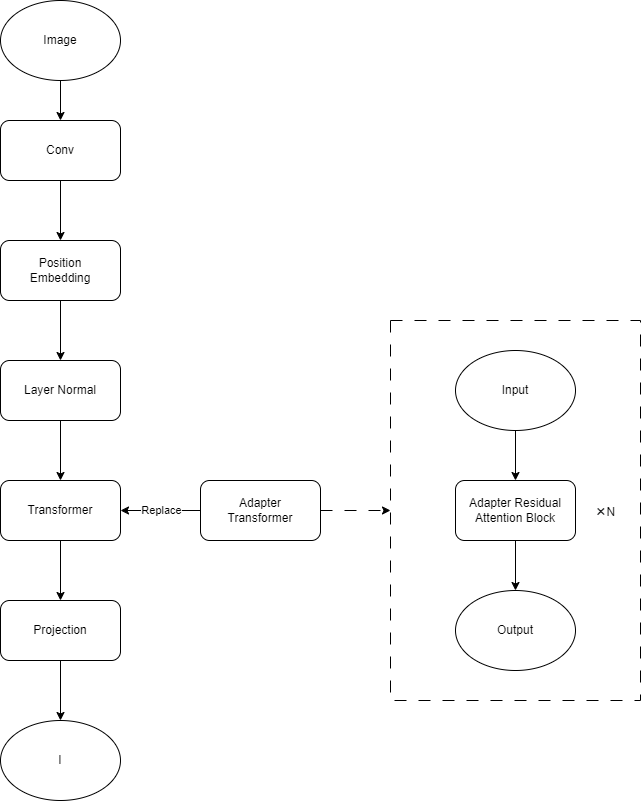
Above: assert/Image encoder/Adapter/Overview.png in Bgzdl/CLIP (draw.io), before the change. Source tidied: cells renumbered, new cells last; positions are measured from the earlier drawing's top-left corner, leaving out a move shared by most shapes.
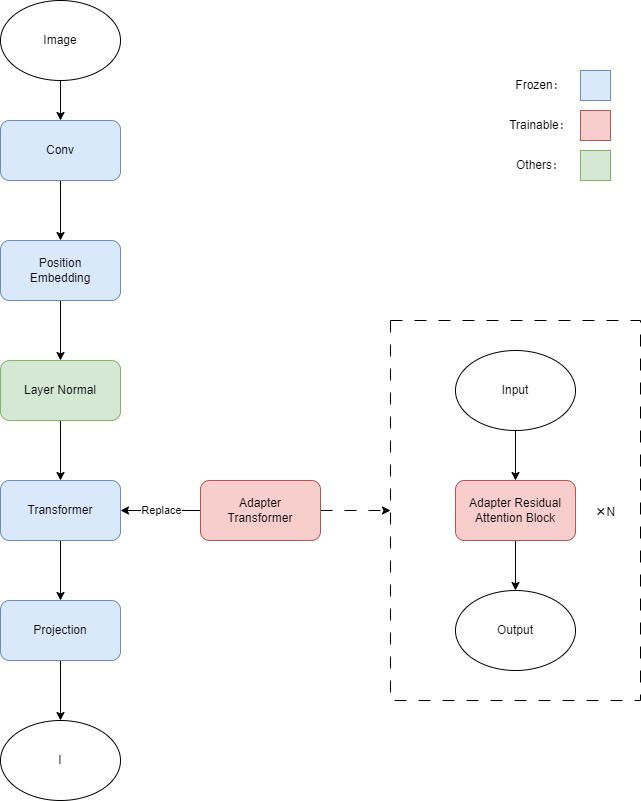
The same diagram one commit later.

The edit, as a diff of the source:
```diff
@@ -11,31 +11,31 @@
     <mxCell id="4" style="edgeStyle=orthogonalEdgeStyle;rounded=0;jettySize=auto;html=1;exitX=0.5;exitY=1;exitDx=0;exitDy=0;entryX=0.5;entryY=0;entryDx=0;entryDy=0;" parent="1" edge="1" source="5" target="7">
       <mxGeometry relative="1" as="geometry" />
     </mxCell>
-    <mxCell id="5" value="Conv" style="rounded=1;whiteSpace=wrap;html=1;" parent="1" vertex="1">
+    <mxCell id="5" value="Conv" style="rounded=1;whiteSpace=wrap;html=1;fillColor=#dae8fc;strokeColor=#6c8ebf;" parent="1" vertex="1">
       <mxGeometry y="120" width="120" height="60" as="geometry" />
     </mxCell>
     <mxCell id="6" style="edgeStyle=orthogonalEdgeStyle;rounded=0;jettySize=auto;html=1;entryX=0.5;entryY=0;entryDx=0;entryDy=0;" parent="1" edge="1" source="7" target="9">
       <mxGeometry relative="1" as="geometry" />
     </mxCell>
-    <mxCell id="7" value="Position&lt;br&gt;Embedding" style="rounded=1;whiteSpace=wrap;html=1;" parent="1" vertex="1">
+    <mxCell id="7" value="Position&lt;br&gt;Embedding" style="rounded=1;whiteSpace=wrap;html=1;fillColor=#dae8fc;strokeColor=#6c8ebf;" parent="1" vertex="1">
       <mxGeometry y="240" width="120" height="60" as="geometry" />
     </mxCell>
     <mxCell id="8" style="edgeStyle=orthogonalEdgeStyle;rounded=0;jettySize=auto;html=1;entryX=0.5;entryY=0;entryDx=0;entryDy=0;" parent="1" edge="1" source="9" target="11">
       <mxGeometry relative="1" as="geometry" />
     </mxCell>
-    <mxCell id="9" value="Layer Normal" style="rounded=1;whiteSpace=wrap;html=1;" parent="1" vertex="1">
+    <mxCell id="9" value="Layer Normal" style="rounded=1;whiteSpace=wrap;html=1;fillColor=#d5e8d4;strokeColor=#82b366;" parent="1" vertex="1">
       <mxGeometry y="360" width="120" height="60" as="geometry" />
     </mxCell>
     <mxCell id="10" style="edgeStyle=orthogonalEdgeStyle;rounded=0;jettySize=auto;html=1;entryX=0.5;entryY=0;entryDx=0;entryDy=0;" parent="1" edge="1" source="11" target="13">
       <mxGeometry relative="1" as="geometry" />
     </mxCell>
-    <mxCell id="11" value="Transformer" style="rounded=1;whiteSpace=wrap;html=1;" parent="1" vertex="1">
+    <mxCell id="11" value="Transformer" style="rounded=1;whiteSpace=wrap;html=1;fillColor=#dae8fc;strokeColor=#6c8ebf;" parent="1" vertex="1">
       <mxGeometry y="480" width="120" height="60" as="geometry" />
     </mxCell>
     <mxCell id="12" style="edgeStyle=orthogonalEdgeStyle;rounded=0;jettySize=auto;html=1;entryX=0.5;entryY=0;entryDx=0;entryDy=0;" parent="1" edge="1" source="13" target="14">
       <mxGeometry relative="1" as="geometry" />
     </mxCell>
-    <mxCell id="13" value="Projection" style="rounded=1;whiteSpace=wrap;html=1;" parent="1" vertex="1">
+    <mxCell id="13" value="Projection" style="rounded=1;whiteSpace=wrap;html=1;fillColor=#dae8fc;strokeColor=#6c8ebf;" parent="1" vertex="1">
       <mxGeometry y="600" width="120" height="60" as="geometry" />
     </mxCell>
     <mxCell id="14" value="I" style="ellipse;whiteSpace=wrap;html=1;" parent="1" vertex="1">
@@ -52,7 +52,7 @@
     <mxCell id="17" style="edgeStyle=orthogonalEdgeStyle;rounded=0;jettySize=auto;html=1;exitX=1;exitY=0.5;exitDx=0;exitDy=0;entryX=0;entryY=0.5;entryDx=0;entryDy=0;dashed=1;dashPattern=12 12;" parent="1" edge="1" source="18" target="19">
       <mxGeometry relative="1" as="geometry" />
     </mxCell>
-    <mxCell id="18" value="Adapter&lt;br&gt;Transformer" style="rounded=1;whiteSpace=wrap;html=1;" parent="1" vertex="1">
+    <mxCell id="18" value="Adapter&lt;br&gt;Transformer" style="rounded=1;whiteSpace=wrap;html=1;fillColor=#f8cecc;strokeColor=#b85450;" parent="1" vertex="1">
       <mxGeometry x="200" y="480" width="120" height="60" as="geometry" />
     </mxCell>
     <mxCell id="19" style="rounded=0;whiteSpace=wrap;html=1;fillColor=none;dashed=1;dashPattern=12 12;" parent="1" vertex="1">
@@ -61,7 +61,7 @@
     <mxCell id="20" style="edgeStyle=orthogonalEdgeStyle;rounded=0;jettySize=auto;html=1;entryX=0.5;entryY=0;entryDx=0;entryDy=0;" parent="1" edge="1" source="21" target="24">
       <mxGeometry relative="1" as="geometry" />
     </mxCell>
-    <mxCell id="21" value="Adapter Residual&lt;br&gt;Attention Block" style="rounded=1;whiteSpace=wrap;html=1;" parent="1" vertex="1">
+    <mxCell id="21" value="Adapter Residual&lt;br&gt;Attention Block" style="rounded=1;whiteSpace=wrap;html=1;fillColor=#f8cecc;strokeColor=#b85450;" parent="1" vertex="1">
       <mxGeometry x="455" y="480" width="120" height="60" as="geometry" />
     </mxCell>
     <mxCell id="22" style="edgeStyle=orthogonalEdgeStyle;rounded=0;jettySize=auto;html=1;exitX=0.5;exitY=1;exitDx=0;exitDy=0;entryX=0.5;entryY=0;entryDx=0;entryDy=0;" parent="1" edge="1" source="23" target="21">
@@ -76,5 +76,23 @@
     <mxCell id="25" value="&lt;b style=&quot;color: rgb(32, 33, 34); font-family: sans-serif; font-size: 15.008px; text-align: start; background-color: rgb(255, 255, 255);&quot;&gt;×&lt;/b&gt;N" style="text;html=1;strokeColor=none;fillColor=none;align=center;verticalAlign=middle;whiteSpace=wrap;rounded=0;" parent="1" vertex="1">
       <mxGeometry x="575" y="495" width="60" height="30" as="geometry" />
     </mxCell>
+    <mxCell id="26" value="Frozen：" style="text;html=1;strokeColor=none;fillColor=none;align=center;verticalAlign=middle;whiteSpace=wrap;rounded=0;" parent="1" vertex="1">
+      <mxGeometry x="510" y="70" width="60" height="30" as="geometry" />
+    </mxCell>
+    <mxCell id="27" style="rounded=0;whiteSpace=wrap;html=1;fillColor=#dae8fc;strokeColor=#6c8ebf;" parent="1" vertex="1">
+      <mxGeometry x="580" y="70" width="30" height="30" as="geometry" />
+    </mxCell>
+    <mxCell id="28" value="Trainable：" style="text;html=1;strokeColor=none;fillColor=none;align=center;verticalAlign=middle;whiteSpace=wrap;rounded=0;" parent="1" vertex="1">
+      <mxGeometry x="510" y="110" width="60" height="30" as="geometry" />
+    </mxCell>
+    <mxCell id="29" style="rounded=0;whiteSpace=wrap;html=1;fillColor=#f8cecc;strokeColor=#b85450;" parent="1" vertex="1">
+      <mxGeometry x="580" y="110" width="30" height="30" as="geometry" />
+    </mxCell>
+    <mxCell id="30" value="Others：" style="text;html=1;strokeColor=none;fillColor=none;align=center;verticalAlign=middle;whiteSpace=wrap;rounded=0;" parent="1" vertex="1">
+      <mxGeometry x="510" y="150" width="60" height="30" as="geometry" />
+    </mxCell>
+    <mxCell id="31" style="rounded=0;whiteSpace=wrap;html=1;fillColor=#d5e8d4;strokeColor=#82b366;" parent="1" vertex="1">
+      <mxGeometry x="580" y="150" width="30" height="30" as="geometry" />
+    </mxCell>
   </root>
 </mxGraphModel>
```
